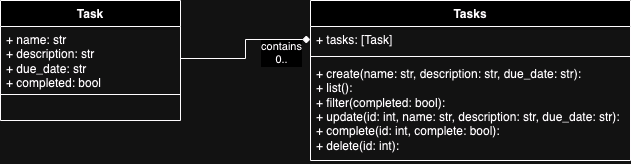
The draw.io diagram docs/ClassDiagram.drawio.png in TheEmeraldBee/CS2450-Week-9, before a commit. Source tidied: cells renumbered, new cells last; positions are measured from the earlier drawing's top-left corner, leaving out a move shared by most shapes. Its diagram source:
```xml
<mxGraphModel>
  <root>
    <mxCell id="0" />
    <mxCell id="1" parent="0" />
    <mxCell id="2" value="Task" style="swimlane;fontStyle=1;align=center;verticalAlign=top;horizontal=1;startSize=26;whiteSpace=wrap;html=1;" parent="1" vertex="1">
      <mxGeometry width="180" height="120" as="geometry" />
    </mxCell>
    <mxCell id="3" value="&lt;div&gt;+ name: str&lt;/div&gt;&lt;div&gt;+ description: str&lt;/div&gt;&lt;div&gt;+ due_date: str&lt;/div&gt;&lt;div&gt;+ completed: bool&lt;br&gt;&lt;/div&gt;" style="text;strokeColor=none;fillColor=none;align=left;verticalAlign=top;spacingLeft=4;spacingRight=4;overflow=hidden;points=[[0,0.5],[1,0.5]];portConstraint=eastwest;whiteSpace=wrap;html=1;" parent="2" vertex="1">
      <mxGeometry y="26" width="180" height="64" as="geometry" />
    </mxCell>
    <mxCell id="4" style="line;strokeWidth=1;fillColor=none;align=left;verticalAlign=middle;spacingTop=-1;spacingLeft=3;spacingRight=3;labelPosition=right;strokeColor=inherit;" parent="2" vertex="1">
      <mxGeometry y="90" width="180" height="8" as="geometry" />
    </mxCell>
    <mxCell id="5" value="&lt;div&gt;&lt;br&gt;&lt;/div&gt;" style="text;strokeColor=none;fillColor=none;align=left;verticalAlign=top;spacingLeft=4;spacingRight=4;overflow=hidden;whiteSpace=wrap;html=1;" parent="2" vertex="1">
      <mxGeometry y="98" width="180" height="22" as="geometry" />
    </mxCell>
    <mxCell id="6" value="Tasks" style="swimlane;fontStyle=1;align=center;verticalAlign=top;horizontal=1;startSize=26;whiteSpace=wrap;html=1;" parent="1" vertex="1">
      <mxGeometry x="310" width="320" height="160" as="geometry" />
    </mxCell>
    <mxCell id="7" value="&lt;div&gt;+ tasks: [Task]&lt;/div&gt;" style="text;strokeColor=none;fillColor=none;align=left;verticalAlign=top;spacingLeft=4;spacingRight=4;overflow=hidden;points=[[0,0.5],[1,0.5]];portConstraint=eastwest;whiteSpace=wrap;html=1;" parent="6" vertex="1">
      <mxGeometry y="26" width="320" height="26" as="geometry" />
    </mxCell>
    <mxCell id="8" style="line;strokeWidth=1;fillColor=none;align=left;verticalAlign=middle;spacingTop=-1;spacingLeft=3;spacingRight=3;labelPosition=right;strokeColor=inherit;" parent="6" vertex="1">
      <mxGeometry y="52" width="320" height="8" as="geometry" />
    </mxCell>
    <mxCell id="9" value="&lt;div&gt;+ create(name: str, description: str, due_date: str):&lt;/div&gt;&lt;div&gt;+ list():&lt;br&gt;&lt;/div&gt;&lt;div&gt;+ filter(completed: bool):&lt;/div&gt;&lt;div&gt;+ update(id: int, name: str, description: str, due_date: str):&lt;br&gt;&lt;/div&gt;&lt;div&gt;+ complete(id: int, complete: bool):&lt;br&gt;&lt;/div&gt;&lt;div&gt;+ delete(id: int):&lt;/div&gt;" style="text;strokeColor=none;fillColor=none;align=left;verticalAlign=top;spacingLeft=4;spacingRight=4;overflow=hidden;whiteSpace=wrap;html=1;" parent="6" vertex="1">
      <mxGeometry y="60" width="320" height="100" as="geometry" />
    </mxCell>
    <mxCell id="10" style="edgeStyle=orthogonalEdgeStyle;rounded=0;jettySize=auto;html=1;entryX=0;entryY=0.5;entryDx=0;entryDy=0;endArrow=diamond;endFill=1;" parent="1" edge="1" source="3" target="7">
      <mxGeometry relative="1" as="geometry" />
    </mxCell>
    <mxCell id="11" value="&lt;div&gt;contains&lt;/div&gt;&lt;div&gt;0..&lt;/div&gt;" style="edgeLabel;html=1;align=center;verticalAlign=middle;" parent="10" vertex="1">
      <mxGeometry x="0.68" y="-5" relative="1" as="geometry">
        <mxPoint x="-6" y="8" as="offset" />
      </mxGeometry>
    </mxCell>
  </root>
</mxGraphModel>
```
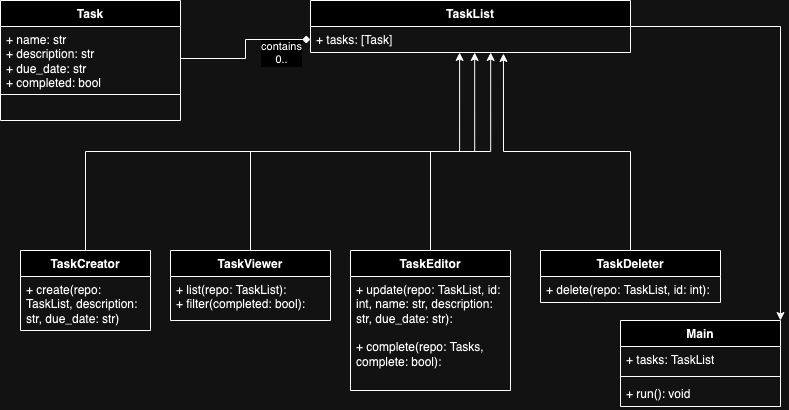
Above is the later version.

Commit message:
Updated Class Diagram to new version

What changed in the source:
```diff
@@ -14,18 +14,19 @@
     <mxCell id="5" value="&lt;div&gt;&lt;br&gt;&lt;/div&gt;" style="text;strokeColor=none;fillColor=none;align=left;verticalAlign=top;spacingLeft=4;spacingRight=4;overflow=hidden;whiteSpace=wrap;html=1;" parent="2" vertex="1">
       <mxGeometry y="98" width="180" height="22" as="geometry" />
     </mxCell>
+    <mxCell id="12" style="edgeStyle=orthogonalEdgeStyle;rounded=0;jettySize=auto;html=1;entryX=1;entryY=0;entryDx=0;entryDy=0;" parent="1" edge="1" source="6" target="25">
+      <mxGeometry relative="1" as="geometry">
+        <Array as="points">
+          <mxPoint x="780" y="26" />
+        </Array>
+      </mxGeometry>
+    </mxCell>
-    <mxCell id="6" value="Tasks" style="swimlane;fontStyle=1;align=center;verticalAlign=top;horizontal=1;startSize=26;whiteSpace=wrap;html=1;" parent="1" vertex="1">
-      <mxGeometry x="310" width="320" height="160" as="geometry" />
+    <mxCell id="6" value="&lt;div&gt;TaskList&lt;/div&gt;" style="swimlane;fontStyle=1;align=center;verticalAlign=top;horizontal=1;startSize=26;whiteSpace=wrap;html=1;" parent="1" vertex="1">
+      <mxGeometry x="310" width="320" height="52" as="geometry" />
     </mxCell>
     <mxCell id="7" value="&lt;div&gt;+ tasks: [Task]&lt;/div&gt;" style="text;strokeColor=none;fillColor=none;align=left;verticalAlign=top;spacingLeft=4;spacingRight=4;overflow=hidden;points=[[0,0.5],[1,0.5]];portConstraint=eastwest;whiteSpace=wrap;html=1;" parent="6" vertex="1">
       <mxGeometry y="26" width="320" height="26" as="geometry" />
     </mxCell>
-    <mxCell id="8" style="line;strokeWidth=1;fillColor=none;align=left;verticalAlign=middle;spacingTop=-1;spacingLeft=3;spacingRight=3;labelPosition=right;strokeColor=inherit;" parent="6" vertex="1">
-      <mxGeometry y="52" width="320" height="8" as="geometry" />
-    </mxCell>
-    <mxCell id="9" value="&lt;div&gt;+ create(name: str, description: str, due_date: str):&lt;/div&gt;&lt;div&gt;+ list():&lt;br&gt;&lt;/div&gt;&lt;div&gt;+ filter(completed: bool):&lt;/div&gt;&lt;div&gt;+ update(id: int, name: str, description: str, due_date: str):&lt;br&gt;&lt;/div&gt;&lt;div&gt;+ complete(id: int, complete: bool):&lt;br&gt;&lt;/div&gt;&lt;div&gt;+ delete(id: int):&lt;/div&gt;" style="text;strokeColor=none;fillColor=none;align=left;verticalAlign=top;spacingLeft=4;spacingRight=4;overflow=hidden;whiteSpace=wrap;html=1;" parent="6" vertex="1">
-      <mxGeometry y="60" width="320" height="100" as="geometry" />
-    </mxCell>
     <mxCell id="10" style="edgeStyle=orthogonalEdgeStyle;rounded=0;jettySize=auto;html=1;entryX=0;entryY=0.5;entryDx=0;entryDy=0;endArrow=diamond;endFill=1;" parent="1" edge="1" source="3" target="7">
       <mxGeometry relative="1" as="geometry" />
     </mxCell>
@@ -34,5 +35,53 @@
         <mxPoint x="-6" y="8" as="offset" />
       </mxGeometry>
     </mxCell>
+    <mxCell id="13" value="&lt;div&gt;TaskCreator&lt;/div&gt;" style="swimlane;fontStyle=1;align=center;verticalAlign=top;horizontal=1;startSize=26;whiteSpace=wrap;html=1;" parent="1" vertex="1">
+      <mxGeometry x="20" y="250" width="130" height="80" as="geometry" />
+    </mxCell>
+    <mxCell id="14" value="+ create(repo: TaskList, description: str, due_date: str)" style="text;strokeColor=none;fillColor=none;align=left;verticalAlign=top;spacingLeft=4;spacingRight=4;overflow=hidden;whiteSpace=wrap;html=1;" parent="13" vertex="1">
+      <mxGeometry y="26" width="130" height="54" as="geometry" />
+    </mxCell>
+    <mxCell id="15" value="TaskViewer" style="swimlane;fontStyle=1;align=center;verticalAlign=top;horizontal=1;startSize=26;whiteSpace=wrap;html=1;" parent="1" vertex="1">
+      <mxGeometry x="170" y="250" width="160" height="70" as="geometry" />
+    </mxCell>
+    <mxCell id="16" value="&lt;div&gt;+ list(repo: TaskList):&lt;/div&gt;&lt;div&gt;+ filter(completed: bool):&lt;br&gt;&lt;/div&gt;" style="text;strokeColor=none;fillColor=none;align=left;verticalAlign=top;spacingLeft=4;spacingRight=4;overflow=hidden;whiteSpace=wrap;html=1;" parent="15" vertex="1">
+      <mxGeometry y="26" width="160" height="44" as="geometry" />
+    </mxCell>
+    <mxCell id="17" value="TaskEditor" style="swimlane;fontStyle=1;align=center;verticalAlign=top;horizontal=1;startSize=26;whiteSpace=wrap;html=1;" parent="1" vertex="1">
+      <mxGeometry x="350" y="250" width="160" height="140" as="geometry" />
+    </mxCell>
+    <mxCell id="18" value="&lt;div&gt;+ update(repo: TaskList, id: int, name: str, description: str, due_date: str):&lt;/div&gt;&lt;div&gt;&lt;br&gt;&lt;/div&gt;&lt;div&gt;+ complete(repo: Tasks, complete: bool):&lt;br&gt;&lt;/div&gt;" style="text;strokeColor=none;fillColor=none;align=left;verticalAlign=top;spacingLeft=4;spacingRight=4;overflow=hidden;whiteSpace=wrap;html=1;" parent="17" vertex="1">
+      <mxGeometry y="26" width="160" height="114" as="geometry" />
+    </mxCell>
+    <mxCell id="19" value="TaskDeleter" style="swimlane;fontStyle=1;align=center;verticalAlign=top;horizontal=1;startSize=26;whiteSpace=wrap;html=1;" parent="1" vertex="1">
+      <mxGeometry x="540" y="250" width="180" height="52" as="geometry" />
+    </mxCell>
+    <mxCell id="20" value="+ delete(repo: TaskList, id: int):" style="text;strokeColor=none;fillColor=none;align=left;verticalAlign=top;spacingLeft=4;spacingRight=4;overflow=hidden;whiteSpace=wrap;html=1;" parent="19" vertex="1">
+      <mxGeometry y="26" width="180" height="26" as="geometry" />
+    </mxCell>
+    <mxCell id="21" style="edgeStyle=orthogonalEdgeStyle;rounded=0;jettySize=auto;html=1;entryX=0.513;entryY=1;entryDx=0;entryDy=0;entryPerimeter=0;" parent="1" edge="1" source="13" target="7">
+      <mxGeometry relative="1" as="geometry" />
+    </mxCell>
+    <mxCell id="22" style="edgeStyle=orthogonalEdgeStyle;rounded=0;jettySize=auto;html=1;entryX=0.466;entryY=1;entryDx=0;entryDy=0;entryPerimeter=0;" parent="1" edge="1" source="15" target="7">
+      <mxGeometry relative="1" as="geometry" />
+    </mxCell>
+    <mxCell id="23" style="edgeStyle=orthogonalEdgeStyle;rounded=0;jettySize=auto;html=1;entryX=0.563;entryY=1;entryDx=0;entryDy=0;entryPerimeter=0;" parent="1" edge="1" source="17" target="7">
+      <mxGeometry relative="1" as="geometry" />
+    </mxCell>
+    <mxCell id="24" style="edgeStyle=orthogonalEdgeStyle;rounded=0;jettySize=auto;html=1;entryX=0.603;entryY=1.038;entryDx=0;entryDy=0;entryPerimeter=0;" parent="1" edge="1" source="19" target="7">
+      <mxGeometry relative="1" as="geometry" />
+    </mxCell>
+    <mxCell id="25" value="Main" style="swimlane;fontStyle=1;align=center;verticalAlign=top;horizontal=1;startSize=26;whiteSpace=wrap;html=1;" parent="1" vertex="1">
+      <mxGeometry x="620" y="320" width="160" height="86" as="geometry" />
+    </mxCell>
+    <mxCell id="26" value="+ tasks: TaskList" style="text;strokeColor=none;fillColor=none;align=left;verticalAlign=top;spacingLeft=4;spacingRight=4;overflow=hidden;whiteSpace=wrap;html=1;" parent="25" vertex="1">
+      <mxGeometry y="26" width="160" height="26" as="geometry" />
+    </mxCell>
+    <mxCell id="27" style="line;strokeWidth=1;fillColor=none;align=left;verticalAlign=middle;spacingTop=-1;spacingLeft=3;spacingRight=3;labelPosition=right;strokeColor=inherit;" parent="25" vertex="1">
+      <mxGeometry y="52" width="160" height="8" as="geometry" />
+    </mxCell>
+    <mxCell id="28" value="+ run(): void" style="text;strokeColor=none;fillColor=none;align=left;verticalAlign=top;spacingLeft=4;spacingRight=4;overflow=hidden;whiteSpace=wrap;html=1;" parent="25" vertex="1">
+      <mxGeometry y="60" width="160" height="26" as="geometry" />
+    </mxCell>
   </root>
 </mxGraphModel>
```
